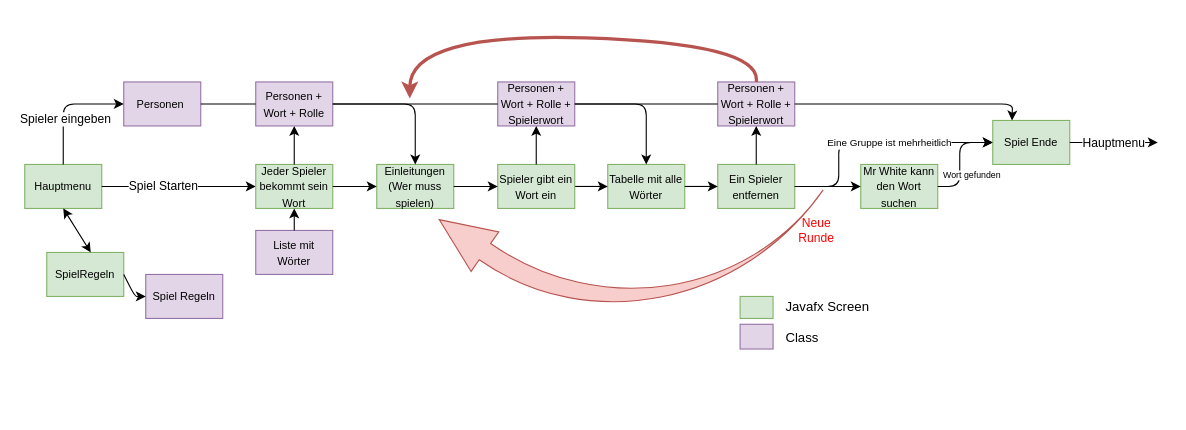
The draw.io diagram Documentation/KlassenDiagramm.drawio in MatisGourdes/Project-undercover-2020, before the edit. Source tidied: cells renumbered, new cells numbered last; positions are measured from the earlier drawing's top-left corner, leaving out a move shared by most shapes. Both pictures are drawn from the tidied source at 110%, with x=0, y=0 at pixel (24, 32).
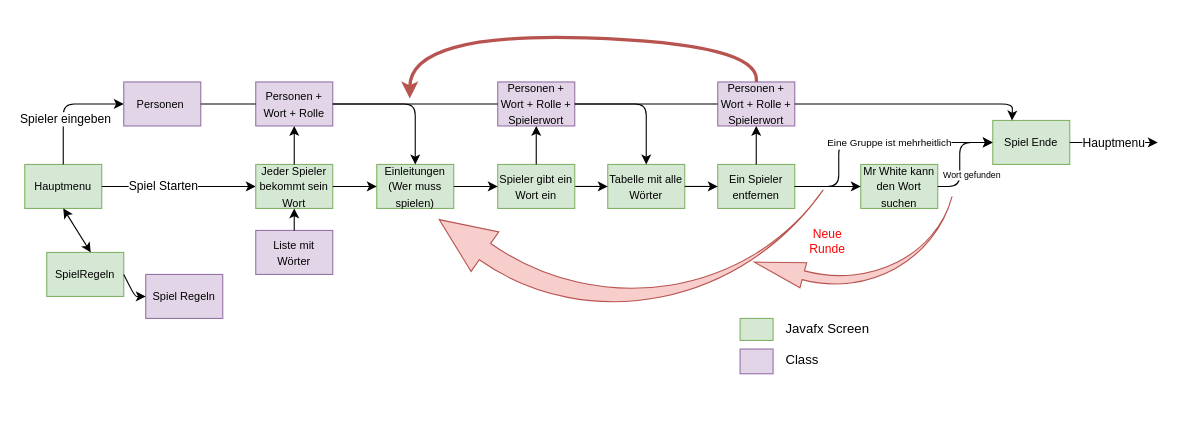
Above is the later version.

The edit, as a diff of the source:
```diff
@@
     <mxCell id="4" style="rounded=0;whiteSpace=wrap;html=1;fillColor=#d5e8d4;strokeColor=#82b366;" parent="1" vertex="1">
-      <mxGeometry x="650.3" y="240" width="30" height="20" as="geometry" />
+      <mxGeometry x="650.3" y="260" width="30" height="20" as="geometry" />
     </mxCell>
     <mxCell id="5" value="Javafx Screen" style="text;html=1;strokeColor=none;fillColor=none;align=left;verticalAlign=middle;whiteSpace=wrap;rounded=0;" parent="1" vertex="1">
-      <mxGeometry x="690" y="240" width="80" height="20" as="geometry" />
+      <mxGeometry x="690" y="260" width="80" height="20" as="geometry" />
     </mxCell>
     <mxCell id="6" style="rounded=0;whiteSpace=wrap;html=1;fillColor=#e1d5e7;strokeColor=#9673a6;" parent="1" vertex="1">
-      <mxGeometry x="650.3" y="265.3" width="30" height="22.5" as="geometry" />
+      <mxGeometry x="650.3" y="287.8" width="30" height="22.5" as="geometry" />
     </mxCell>
     <mxCell id="7" value="Class" style="text;html=1;strokeColor=none;fillColor=none;align=left;verticalAlign=middle;whiteSpace=wrap;rounded=0;" parent="1" vertex="1">
-      <mxGeometry x="690" y="267.8" width="80" height="20" as="geometry" />
+      <mxGeometry x="690" y="287.8" width="80" height="20" as="geometry" />
     </mxCell>
@@
     <mxCell id="47" value="&lt;font style=&quot;font-size: 11px&quot; color=&quot;#ff0000&quot;&gt;Neue Runde&lt;/font&gt;" style="text;html=1;strokeColor=none;fillColor=none;align=center;verticalAlign=middle;whiteSpace=wrap;rounded=0;fontSize=8;" parent="1" vertex="1">
-      <mxGeometry x="700" y="170" width="40" height="20" as="geometry" />
+      <mxGeometry x="710" y="180" width="40" height="20" as="geometry" />
     </mxCell>
@@
+    <mxCell id="51" style="html=1;shadow=0;dashed=0;align=center;verticalAlign=middle;shape=mxgraph.arrows2.jumpInArrow;dy=4.1;dx=46.02;arrowHead=23.68;fontSize=8;rotation=-165;fillColor=#f8cecc;strokeColor=#b85450;" parent="1" vertex="1">
+      <mxGeometry x="672.6" y="126.5" width="158.1" height="116.2" as="geometry" />
+    </mxCell>
```
